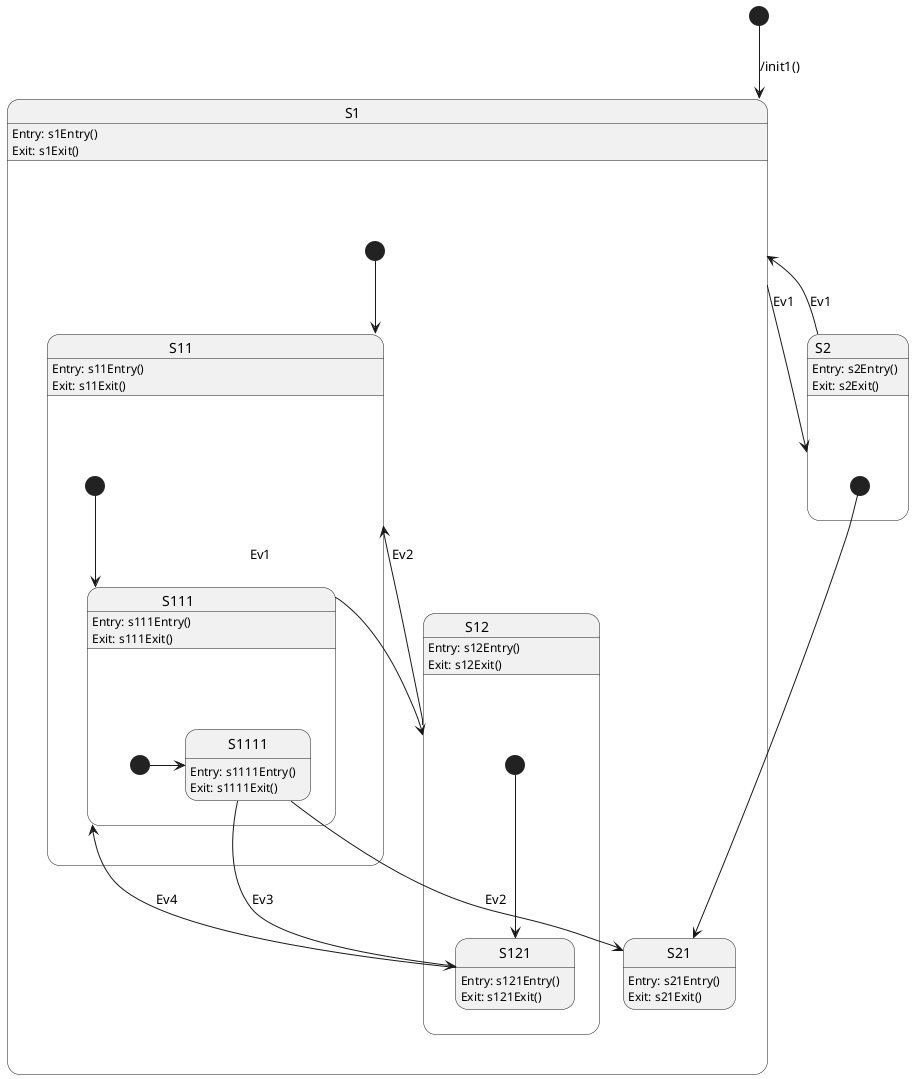
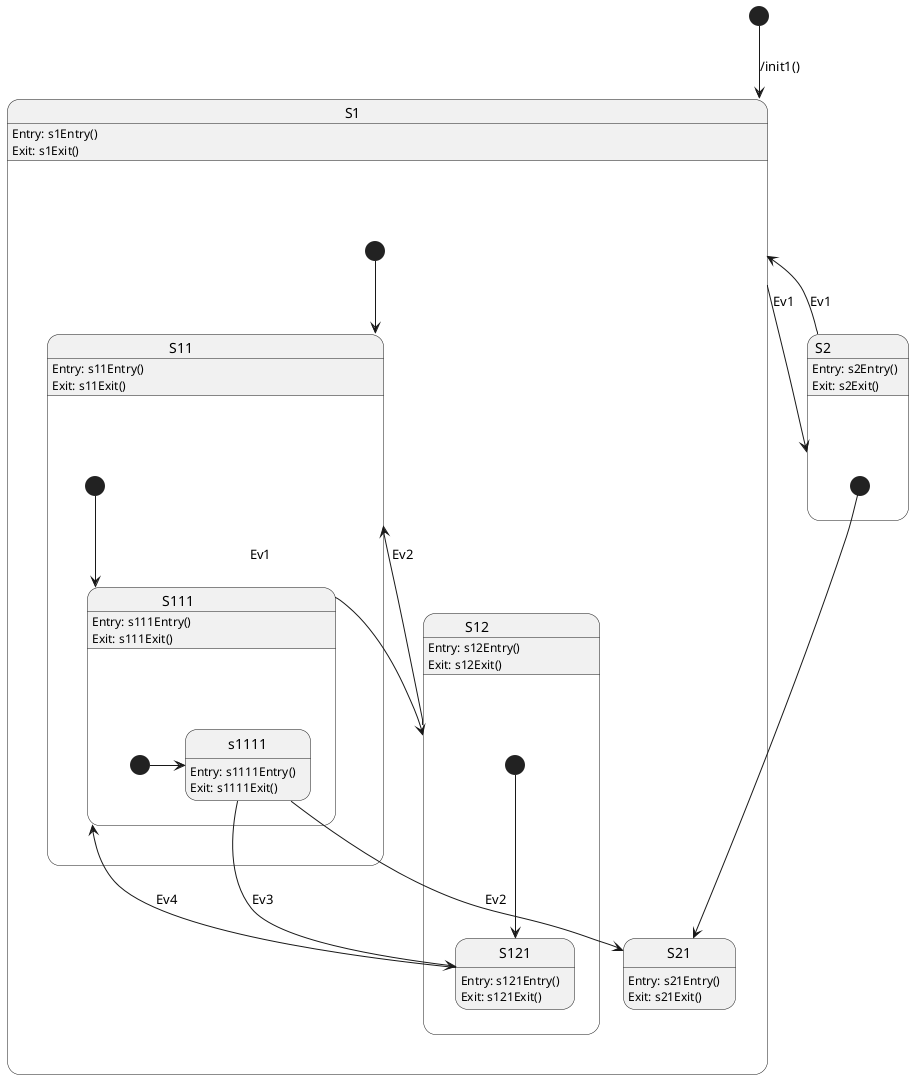

@startuml

[*] --> S1 :/init1()

state S1 {
    [*] --> S11
    S1:Entry: s1Entry()
    S1:Exit: s1Exit()
    state S11 {
        [*] --> S111
        S11:Entry: s11Entry()
        S11:Exit: s11Exit()
        state S111 {
-             [*] -> S1111
+             [*] -> s1111
            S111:Entry: s111Entry()
            S111:Exit: s111Exit()
-             state S1111 {
-                 S1111:Entry: s1111Entry()
-                 S1111:Exit: s1111Exit()
+             state s1111 {
+                 s1111:Entry: s1111Entry()
+                 s1111:Exit: s1111Exit()
            }
        }
    }
    state S12 {
        [*] --> S121
        S12:Entry: s12Entry()
        S12:Exit: s12Exit()
        state S121 {
            S121:Entry: s121Entry()
            S121:Exit: s121Exit()
        }
    }
-     S1111 --> S21 : Ev2
-     S1111 --> S121 : Ev3
+     s1111 --> S21 : Ev2
+     s1111 --> S121 : Ev3
    S121 --> S111 : Ev4
    S12 --> S11 : Ev2
    S111 --> S12 : Ev1
}

state S2 {
    [*] --> S21
    S2:Entry: s2Entry()
    S2:Exit: s2Exit()
    state S21 {
        S21:Entry: s21Entry()
        S21:Exit: s21Exit()
    }
}

S1 --> S2 : Ev1
S2 --> S1 : Ev1
@enduml
